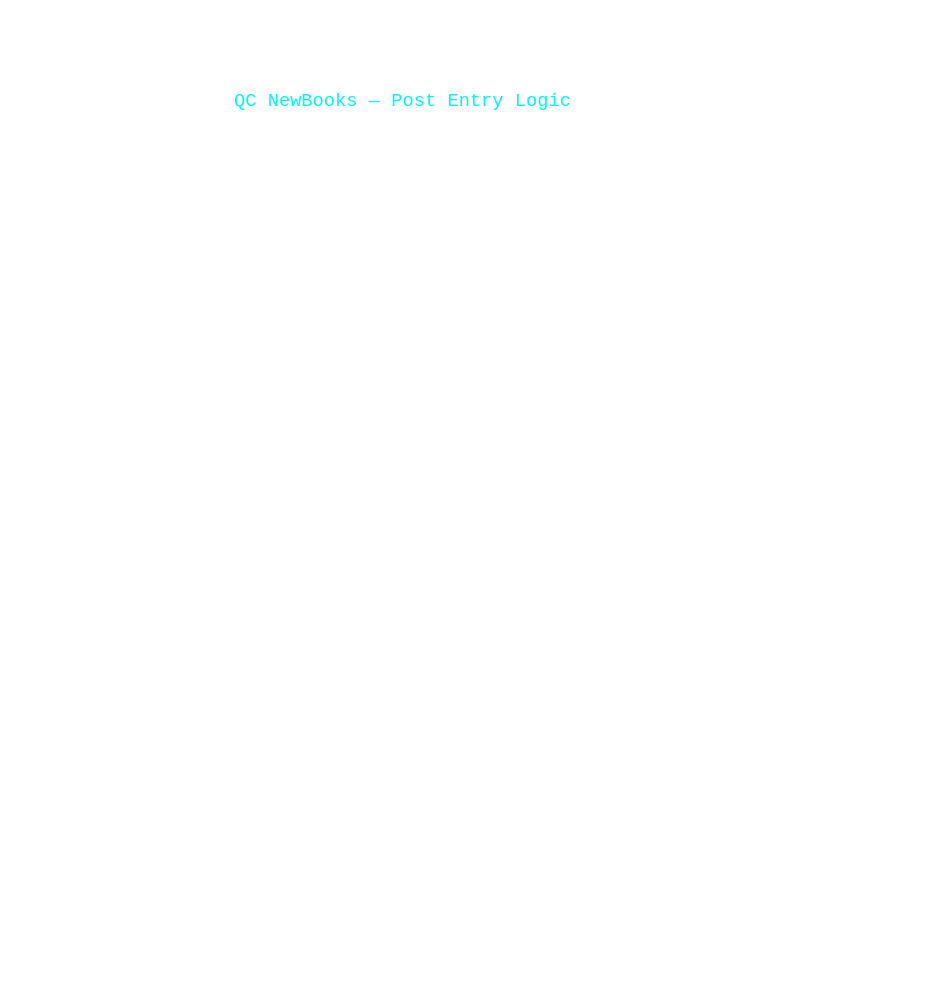
Earlier version of the draw.io diagram page "Part A — Flowchart" (1 of 2) of QC_NewBooks_Diagrams.drawio (cristejada2004/diagram-qc-new-books). Source tidied: cells renumbered, new cells numbered last; positions are measured from the earlier drawing's top-left corner, leaving out a move shared by most shapes. Both pictures are drawn from the tidied source at 117%, with x=0, y=0 at pixel (227, 20).
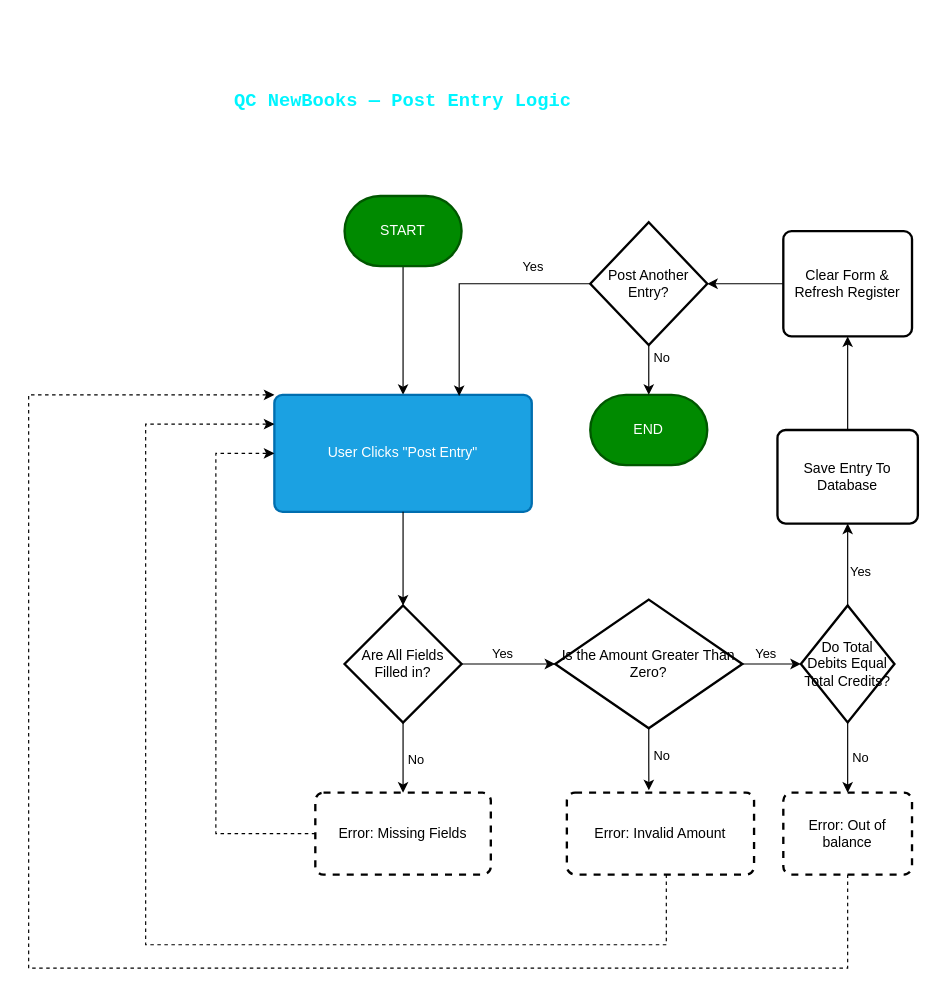
Above is the later version.

The edit, as a diff of the source:
```diff
@@
-    <mxCell id="2" value="&lt;span style=&quot;font-family: &amp;quot;Share Tech Mono&amp;quot;, monospace; text-align: start;&quot;&gt;&lt;font style=&quot;color: light-dark(rgb(0, 245, 255), rgb(0, 0, 0)); font-size: 16px;&quot;&gt;QC NewBooks — Post Entry Logic&lt;/font&gt;&lt;/span&gt;" style="text;html=1;whiteSpace=wrap;strokeColor=none;fillColor=none;align=center;verticalAlign=middle;rounded=0;" parent="1" vertex="1">
+    <mxCell id="2" value="&lt;span style=&quot;font-family: &amp;quot;Share Tech Mono&amp;quot;, monospace; text-align: start; background-color: light-dark(rgb(255, 255, 255), rgb(102, 255, 255));&quot;&gt;&lt;font style=&quot;color: light-dark(rgb(0, 245, 255), rgb(0, 0, 0)); font-size: 16px;&quot;&gt;&lt;b&gt;QC NewBooks — Post Entry Logic&lt;/b&gt;&lt;/font&gt;&lt;/span&gt;" style="text;html=1;whiteSpace=wrap;strokeColor=none;fillColor=none;align=center;verticalAlign=middle;rounded=0;" parent="1" vertex="1">
       <mxGeometry width="300" height="140" as="geometry" />
     </mxCell>
+    <mxCell id="3" style="edgeStyle=orthogonalEdgeStyle;rounded=0;jettySize=auto;html=1;" parent="1" edge="1" source="4" target="5">
+      <mxGeometry relative="1" as="geometry" />
+    </mxCell>
+    <mxCell id="4" value="START" style="strokeWidth=2;html=1;shape=mxgraph.flowchart.terminator;whiteSpace=wrap;fillColor=#008a00;fontColor=#ffffff;strokeColor=#005700;" parent="1" vertex="1">
+      <mxGeometry x="100" y="150" width="100" height="60" as="geometry" />
+    </mxCell>
+    <mxCell id="5" value="User Clicks &quot;Post Entry&quot;" style="rounded=1;whiteSpace=wrap;html=1;absoluteArcSize=1;arcSize=14;strokeWidth=2;fillColor=#1ba1e2;fontColor=#ffffff;strokeColor=#006EAF;" parent="1" vertex="1">
+      <mxGeometry x="40" y="320" width="220" height="100" as="geometry" />
+    </mxCell>
+    <mxCell id="6" style="edgeStyle=orthogonalEdgeStyle;rounded=0;jettySize=auto;html=1;entryX=0.5;entryY=0;entryDx=0;entryDy=0;" parent="1" edge="1" source="10" target="13">
+      <mxGeometry relative="1" as="geometry" />
+    </mxCell>
+    <mxCell id="7" value="No" style="edgeLabel;html=1;align=center;verticalAlign=middle;rotation=0;" parent="6" vertex="1">
+      <mxGeometry x="0.04" y="-2" relative="1" as="geometry">
+        <mxPoint x="12" as="offset" />
+      </mxGeometry>
+    </mxCell>
+    <mxCell id="8" style="edgeStyle=orthogonalEdgeStyle;rounded=0;jettySize=auto;html=1;entryX=0;entryY=0.5;entryDx=0;entryDy=0;entryPerimeter=0;" parent="1" edge="1" source="10" target="14">
+      <mxGeometry relative="1" as="geometry" />
+    </mxCell>
+    <mxCell id="9" value="Yes" style="edgeLabel;html=1;align=center;verticalAlign=middle;" parent="8" vertex="1">
+      <mxGeometry x="-0.44" y="-1" relative="1" as="geometry">
+        <mxPoint x="12" y="-11" as="offset" />
+      </mxGeometry>
+    </mxCell>
+    <mxCell id="10" value="Are All Fields Filled in?" style="strokeWidth=2;html=1;shape=mxgraph.flowchart.decision;whiteSpace=wrap;" parent="1" vertex="1">
+      <mxGeometry x="100" y="500" width="100" height="100" as="geometry" />
+    </mxCell>
+    <mxCell id="11" style="edgeStyle=orthogonalEdgeStyle;rounded=0;jettySize=auto;html=1;entryX=0.5;entryY=0;entryDx=0;entryDy=0;entryPerimeter=0;" parent="1" edge="1" source="5" target="10">
+      <mxGeometry relative="1" as="geometry" />
+    </mxCell>
+    <mxCell id="12" style="edgeStyle=orthogonalEdgeStyle;rounded=0;jettySize=auto;html=1;entryX=0;entryY=0.5;entryDx=0;entryDy=0;dashed=1;" parent="1" edge="1" source="13" target="5">
+      <mxGeometry relative="1" as="geometry">
+        <Array as="points">
+          <mxPoint x="-10" y="695" />
+          <mxPoint x="-10" y="370" />
+        </Array>
+      </mxGeometry>
+    </mxCell>
+    <mxCell id="13" value="Error: Missing Fields" style="rounded=1;whiteSpace=wrap;html=1;absoluteArcSize=1;arcSize=14;strokeWidth=2;dashed=1;" parent="1" vertex="1">
+      <mxGeometry x="75" y="660" width="150" height="70" as="geometry" />
+    </mxCell>
+    <mxCell id="14" value="Is the Amount Greater Than Zero?" style="strokeWidth=2;html=1;shape=mxgraph.flowchart.decision;whiteSpace=wrap;" parent="1" vertex="1">
+      <mxGeometry x="280" y="495" width="160" height="110" as="geometry" />
+    </mxCell>
+    <mxCell id="15" style="edgeStyle=orthogonalEdgeStyle;rounded=0;jettySize=auto;html=1;curved=0;entryX=0;entryY=0.25;entryDx=0;entryDy=0;dashed=1;" parent="1" edge="1" target="5">
+      <mxGeometry relative="1" as="geometry">
+        <mxPoint x="375" y="730" as="sourcePoint" />
+        <Array as="points">
+          <mxPoint x="375" y="790" />
+          <mxPoint x="-70" y="790" />
+          <mxPoint x="-70" y="345" />
+        </Array>
+      </mxGeometry>
+    </mxCell>
+    <mxCell id="16" value="Error: Invalid Amount" style="rounded=1;whiteSpace=wrap;html=1;absoluteArcSize=1;arcSize=14;strokeWidth=2;dashed=1;" parent="1" vertex="1">
+      <mxGeometry x="290" y="660" width="160" height="70" as="geometry" />
+    </mxCell>
+    <mxCell id="17" style="edgeStyle=orthogonalEdgeStyle;rounded=0;jettySize=auto;html=1;entryX=0.438;entryY=-0.029;entryDx=0;entryDy=0;entryPerimeter=0;" parent="1" edge="1" source="14" target="16">
+      <mxGeometry relative="1" as="geometry" />
+    </mxCell>
+    <mxCell id="18" value="No" style="edgeLabel;html=1;align=center;verticalAlign=middle;" parent="17" vertex="1">
+      <mxGeometry x="-0.17" y="-2" relative="1" as="geometry">
+        <mxPoint x="12" y="1" as="offset" />
+      </mxGeometry>
+    </mxCell>
+    <mxCell id="19" style="edgeStyle=orthogonalEdgeStyle;rounded=0;jettySize=auto;html=1;entryX=0.5;entryY=0;entryDx=0;entryDy=0;" parent="1" edge="1" source="23" target="27">
+      <mxGeometry relative="1" as="geometry" />
+    </mxCell>
+    <mxCell id="20" value="No" style="edgeLabel;html=1;align=center;verticalAlign=middle;" parent="19" vertex="1">
+      <mxGeometry x="-0.03" y="1" relative="1" as="geometry">
+        <mxPoint x="9" as="offset" />
+      </mxGeometry>
+    </mxCell>
+    <mxCell id="21" style="edgeStyle=orthogonalEdgeStyle;rounded=0;jettySize=auto;html=1;entryX=0.5;entryY=1;entryDx=0;entryDy=0;" parent="1" edge="1" source="23" target="29">
+      <mxGeometry relative="1" as="geometry" />
+    </mxCell>
+    <mxCell id="22" value="Yes" style="edgeLabel;html=1;align=center;verticalAlign=middle;" parent="21" vertex="1">
+      <mxGeometry y="-1" relative="1" as="geometry">
+        <mxPoint x="9" y="5" as="offset" />
+      </mxGeometry>
+    </mxCell>
+    <mxCell id="23" value="Do Total Debits Equal Total Credits?" style="strokeWidth=2;html=1;shape=mxgraph.flowchart.decision;whiteSpace=wrap;" parent="1" vertex="1">
+      <mxGeometry x="490" y="500" width="80" height="100" as="geometry" />
+    </mxCell>
+    <mxCell id="24" style="edgeStyle=orthogonalEdgeStyle;rounded=0;jettySize=auto;html=1;entryX=0;entryY=0.5;entryDx=0;entryDy=0;entryPerimeter=0;" parent="1" edge="1" source="14" target="23">
+      <mxGeometry relative="1" as="geometry" />
+    </mxCell>
+    <mxCell id="25" value="Yes" style="edgeLabel;html=1;align=center;verticalAlign=middle;" parent="24" vertex="1">
+      <mxGeometry x="-0.24" relative="1" as="geometry">
+        <mxPoint y="-10" as="offset" />
+      </mxGeometry>
+    </mxCell>
+    <mxCell id="26" style="edgeStyle=orthogonalEdgeStyle;rounded=0;jettySize=auto;html=1;entryX=0;entryY=0;entryDx=0;entryDy=0;dashed=1;" parent="1" edge="1" source="27" target="5">
+      <mxGeometry relative="1" as="geometry">
+        <Array as="points">
+          <mxPoint x="530" y="810" />
+          <mxPoint x="-170" y="810" />
+          <mxPoint x="-170" y="320" />
+        </Array>
+      </mxGeometry>
+    </mxCell>
+    <mxCell id="27" value="Error: Out of balance" style="rounded=1;whiteSpace=wrap;html=1;absoluteArcSize=1;arcSize=14;strokeWidth=2;dashed=1;" parent="1" vertex="1">
+      <mxGeometry x="475" y="660" width="110" height="70" as="geometry" />
+    </mxCell>
+    <mxCell id="28" style="edgeStyle=orthogonalEdgeStyle;rounded=0;jettySize=auto;html=1;entryX=0.5;entryY=1;entryDx=0;entryDy=0;" parent="1" edge="1" source="29" target="30">
+      <mxGeometry relative="1" as="geometry" />
+    </mxCell>
+    <mxCell id="29" value="Save Entry To Database" style="rounded=1;whiteSpace=wrap;html=1;absoluteArcSize=1;arcSize=14;strokeWidth=2;" parent="1" vertex="1">
+      <mxGeometry x="470" y="350" width="120" height="80" as="geometry" />
+    </mxCell>
+    <mxCell id="30" value="Clear Form &amp;amp; Refresh Register" style="rounded=1;whiteSpace=wrap;html=1;absoluteArcSize=1;arcSize=14;strokeWidth=2;" parent="1" vertex="1">
+      <mxGeometry x="475" y="180" width="110" height="90" as="geometry" />
+    </mxCell>
+    <mxCell id="31" style="edgeStyle=orthogonalEdgeStyle;rounded=0;jettySize=auto;html=1;entryX=0.718;entryY=0.01;entryDx=0;entryDy=0;entryPerimeter=0;" parent="1" edge="1" source="33" target="5">
+      <mxGeometry relative="1" as="geometry">
+        <Array as="points">
+          <mxPoint x="198" y="225" />
+        </Array>
+      </mxGeometry>
+    </mxCell>
+    <mxCell id="32" value="Yes" style="edgeLabel;html=1;align=center;verticalAlign=middle;" parent="31" vertex="1">
+      <mxGeometry x="-0.5" y="3" relative="1" as="geometry">
+        <mxPoint x="2" y="-18" as="offset" />
+      </mxGeometry>
+    </mxCell>
+    <mxCell id="33" value="Post Another Entry?" style="strokeWidth=2;html=1;shape=mxgraph.flowchart.decision;whiteSpace=wrap;" parent="1" vertex="1">
+      <mxGeometry x="310" y="172.5" width="100" height="105" as="geometry" />
+    </mxCell>
+    <mxCell id="34" style="edgeStyle=orthogonalEdgeStyle;rounded=0;jettySize=auto;html=1;entryX=1;entryY=0.5;entryDx=0;entryDy=0;entryPerimeter=0;" parent="1" edge="1" source="30" target="33">
+      <mxGeometry relative="1" as="geometry" />
+    </mxCell>
+    <mxCell id="35" value="END" style="strokeWidth=2;html=1;shape=mxgraph.flowchart.terminator;whiteSpace=wrap;fillColor=#008a00;fontColor=#ffffff;strokeColor=#005700;" parent="1" vertex="1">
+      <mxGeometry x="310" y="320" width="100" height="60" as="geometry" />
+    </mxCell>
+    <mxCell id="36" style="edgeStyle=orthogonalEdgeStyle;rounded=0;jettySize=auto;html=1;entryX=0.5;entryY=0;entryDx=0;entryDy=0;entryPerimeter=0;" parent="1" edge="1" source="33" target="35">
+      <mxGeometry relative="1" as="geometry" />
+    </mxCell>
+    <mxCell id="37" value="No" style="edgeLabel;html=1;align=center;verticalAlign=middle;" parent="36" vertex="1">
+      <mxGeometry x="-0.55" relative="1" as="geometry">
+        <mxPoint x="10" as="offset" />
+      </mxGeometry>
+    </mxCell>
```
